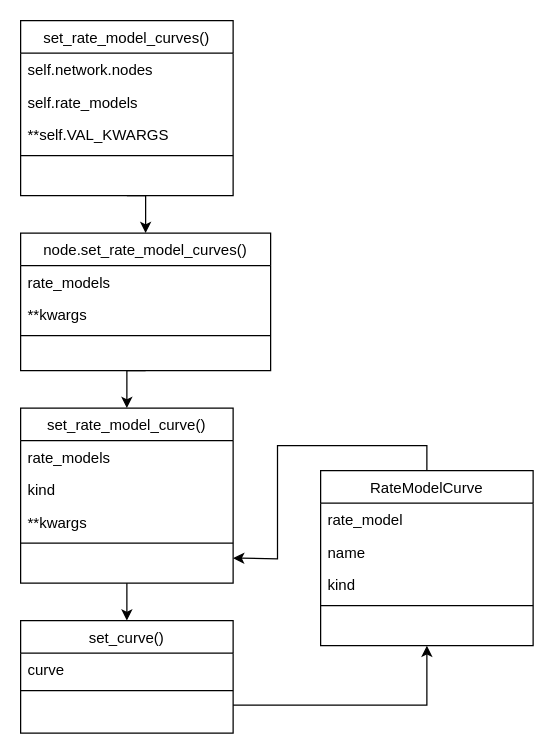
This is set_rate_model_curves.drawio from CBeredIOk/drawio, a draw.io file, before an edit. Source tidied: cells renumbered, new cells numbered last; positions are measured from the earlier drawing's top-left corner, leaving out a move shared by most shapes. Both pictures are drawn from the tidied source at 125%, with x=0, y=0 at pixel (20, 20).
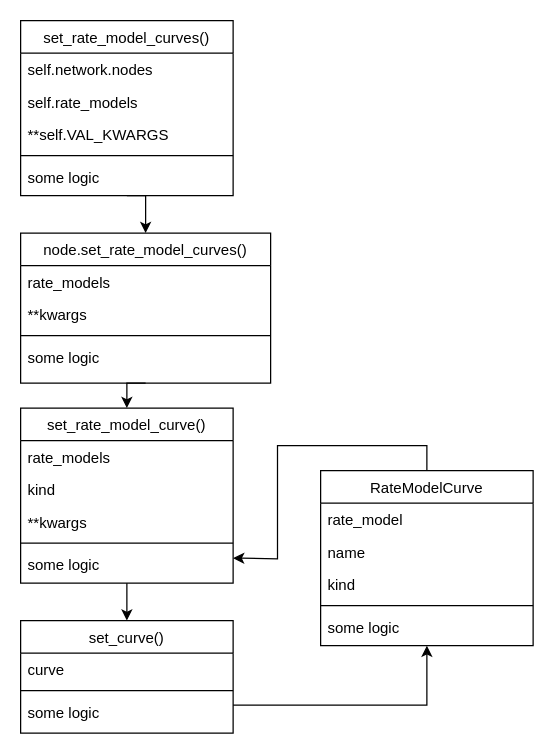
The same page after the edit.

Unchanged cells that the change refers to:
```xml
<mxCell id="3" value="set_rate_model_curves()" style="swimlane;fontStyle=0;align=center;verticalAlign=top;horizontal=1;startSize=26;rounded=0;shadow=0;strokeWidth=1;" parent="1" vertex="1">
  <mxGeometry width="170" height="140" as="geometry" />
</mxCell>
<mxCell id="14" value="set_rate_model_curve()" style="swimlane;fontStyle=0;align=center;verticalAlign=top;horizontal=1;startSize=26;rounded=0;shadow=0;strokeWidth=1;" parent="1" vertex="1">
  <mxGeometry y="310" width="170" height="140" as="geometry" />
</mxCell>
<mxCell id="20" value="set_curve()" style="swimlane;fontStyle=0;align=center;verticalAlign=top;horizontal=1;startSize=26;rounded=0;shadow=0;strokeWidth=1;" parent="1" vertex="1">
  <mxGeometry y="480" width="170" height="90" as="geometry" />
</mxCell>
<mxCell id="24" value="RateModelCurve" style="swimlane;fontStyle=0;align=center;verticalAlign=top;horizontal=1;startSize=26;rounded=0;shadow=0;strokeWidth=1;" parent="1" vertex="1">
  <mxGeometry x="240" y="360" width="170" height="140" as="geometry" />
</mxCell>
```

Change to the diagram source:
```diff
@@
+    <mxCell id="29" value="some logic&#10;" style="text;align=left;verticalAlign=top;spacingLeft=4;spacingRight=4;overflow=hidden;rounded=0;shadow=0;html=0;" parent="3" vertex="1">
+      <mxGeometry y="112" width="170" height="26" as="geometry" />
+    </mxCell>
@@
     <mxCell id="9" value="node.set_rate_model_curves()" style="swimlane;fontStyle=0;align=center;verticalAlign=top;horizontal=1;startSize=26;rounded=0;shadow=0;strokeWidth=1;" parent="1" vertex="1">
-      <mxGeometry y="170" width="200" height="110" as="geometry" />
+      <mxGeometry y="170" width="200" height="120" as="geometry" />
     </mxCell>
@@
+    <mxCell id="30" value="some logic&#10;" style="text;align=left;verticalAlign=top;spacingLeft=4;spacingRight=4;overflow=hidden;rounded=0;shadow=0;html=0;" parent="9" vertex="1">
+      <mxGeometry y="86" width="200" height="26" as="geometry" />
+    </mxCell>
@@
+    <mxCell id="31" value="some logic&#10;" style="text;align=left;verticalAlign=top;spacingLeft=4;spacingRight=4;overflow=hidden;rounded=0;shadow=0;html=0;" parent="14" vertex="1">
+      <mxGeometry y="112" width="170" height="26" as="geometry" />
+    </mxCell>
@@
+    <mxCell id="32" value="some logic&#10;" style="text;align=left;verticalAlign=top;spacingLeft=4;spacingRight=4;overflow=hidden;rounded=0;shadow=0;html=0;" parent="20" vertex="1">
+      <mxGeometry y="60" width="170" height="26" as="geometry" />
+    </mxCell>
@@
+    <mxCell id="33" value="some logic&#10;" style="text;align=left;verticalAlign=top;spacingLeft=4;spacingRight=4;overflow=hidden;rounded=0;shadow=0;html=0;" parent="24" vertex="1">
+      <mxGeometry y="112" width="170" height="26" as="geometry" />
+    </mxCell>
```
